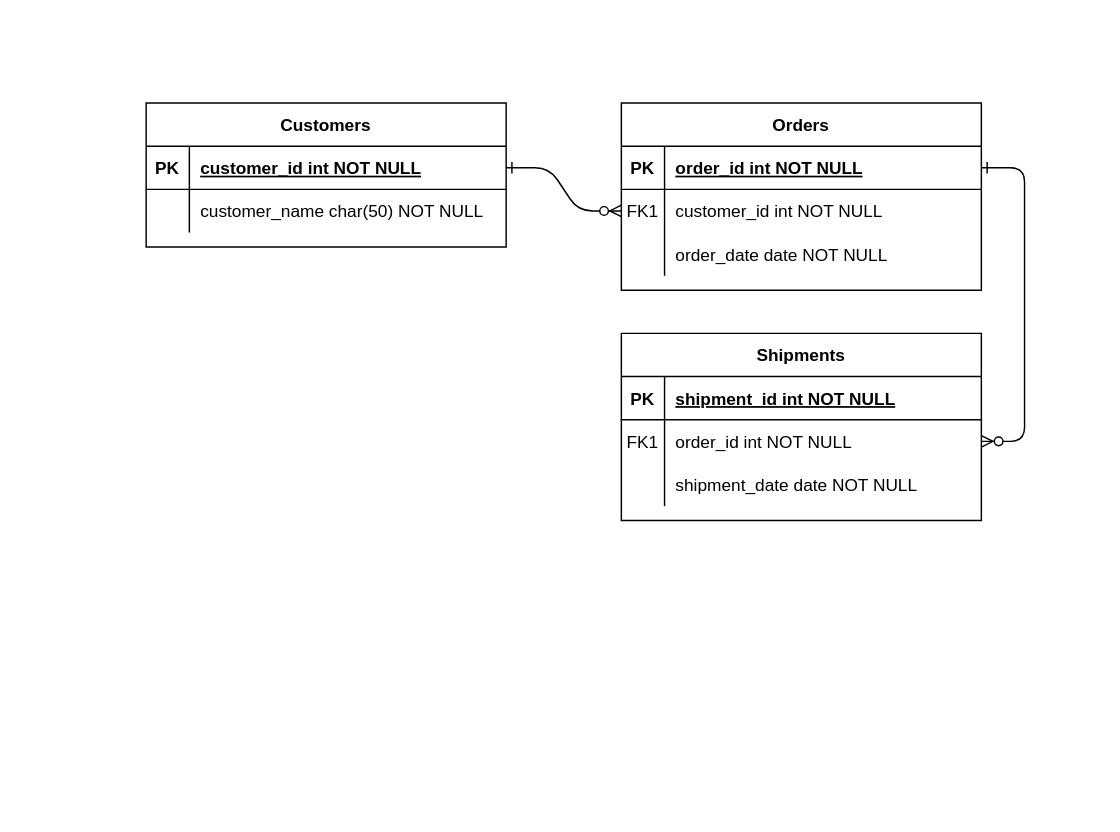
Before: Controle de filmes.drawio in ArthurF-S/git_test, a draw.io diagram. Source tidied: cells renumbered, new cells numbered last; positions are measured from the earlier drawing's top-left corner, leaving out a move shared by most shapes. Both pictures are drawn from the tidied source at 144%, with x=0, y=0 at pixel (145, 102).
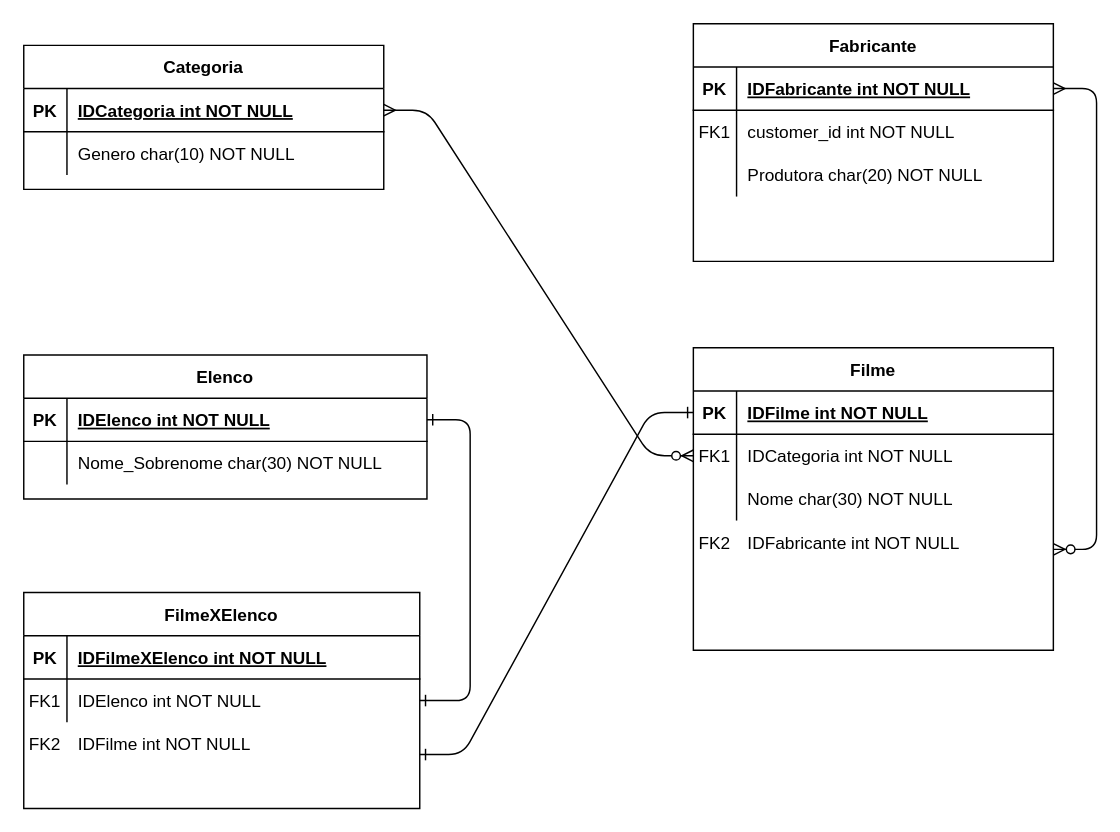
The same page after the edit.

Unchanged cells that the change refers to:
```xml
<mxCell id="5" style="shape=partialRectangle;fillColor=none;points=[[0,0.5],[1,0.5]];portConstraint=eastwest;top=0;left=0;right=0;bottom=1;" parent="4" vertex="1">
  <mxGeometry y="30" width="250" height="30" as="geometry" />
</mxCell>
<mxCell id="8" style="shape=partialRectangle;fillColor=none;points=[[0,0.5],[1,0.5]];portConstraint=eastwest;top=0;left=0;right=0;bottom=0;" parent="4" vertex="1">
  <mxGeometry y="60" width="250" height="30" as="geometry" />
</mxCell>
<mxCell id="11" style="shape=partialRectangle;fillColor=none;top=0;left=0;right=0;bottom=0;" parent="4" vertex="1">
  <mxGeometry y="90" width="250" height="30" as="geometry" />
</mxCell>
<mxCell id="15" style="shape=partialRectangle;fillColor=none;points=[[0,0.5],[1,0.5]];portConstraint=eastwest;top=0;left=0;right=0;bottom=1;" parent="14" vertex="1">
  <mxGeometry y="30" width="250" height="30" as="geometry" />
</mxCell>
<mxCell id="18" style="shape=partialRectangle;fillColor=none;points=[[0,0.5],[1,0.5]];portConstraint=eastwest;top=0;left=0;right=0;bottom=0;" parent="14" vertex="1">
  <mxGeometry y="60" width="250" height="30" as="geometry" />
</mxCell>
<mxCell id="21" style="shape=partialRectangle;fillColor=none;top=0;left=0;right=0;bottom=0;" parent="14" vertex="1">
  <mxGeometry y="90" width="250" height="30" as="geometry" />
</mxCell>
<mxCell id="25" style="shape=partialRectangle;fillColor=none;points=[[0,0.5],[1,0.5]];portConstraint=eastwest;top=0;left=0;right=0;bottom=1;" parent="24" vertex="1">
  <mxGeometry y="30" width="250" height="30" as="geometry" />
</mxCell>
<mxCell id="28" style="shape=partialRectangle;fillColor=none;top=0;left=0;right=0;bottom=0;" parent="24" vertex="1">
  <mxGeometry y="60" width="250" height="30" as="geometry" />
</mxCell>
```

The edit, as a diff of the source:
```diff
@@
-    <mxCell id="2" style="edgeStyle=entityRelationEdgeStyle;endArrow=ERzeroToMany;startArrow=ERone;endFill=1;startFill=0;" parent="1" edge="1" source="25" target="8">
-      <mxGeometry relative="1" as="geometry" />
-    </mxCell>
-    <mxCell id="3" style="edgeStyle=entityRelationEdgeStyle;endArrow=ERzeroToMany;startArrow=ERone;endFill=1;startFill=0;" parent="1" edge="1" source="5" target="18">
+    <mxCell id="3" style="edgeStyle=entityRelationEdgeStyle;endArrow=ERzeroToMany;startArrow=ERmany;endFill=1;startFill=0;exitX=1;exitY=0.5;exitDx=0;exitDy=0;" parent="1" edge="1" source="25" target="18">
       <mxGeometry relative="1" as="geometry" />
     </mxCell>
-    <mxCell id="4" value="Orders" style="shape=table;startSize=30;childLayout=tableLayout;rowLines=0;fontStyle=1;align=center;" parent="1" vertex="1">
-      <mxGeometry x="330" width="250" height="130" as="geometry" />
+    <mxCell id="4" value="Fabricante" style="shape=table;startSize=30;childLayout=tableLayout;rowLines=0;fontStyle=1;align=center;" parent="1" vertex="1">
+      <mxGeometry x="380" y="-55" width="250" height="165" as="geometry" />
     </mxCell>
@@
-    <mxCell id="7" value="order_id int NOT NULL " style="shape=partialRectangle;overflow=hidden;fillColor=none;top=0;left=0;bottom=0;right=0;align=left;spacingLeft=6;fontStyle=5;" parent="5" vertex="1">
+    <mxCell id="7" value="IDFabricante int NOT NULL" style="shape=partialRectangle;overflow=hidden;fillColor=none;top=0;left=0;bottom=0;right=0;align=left;spacingLeft=6;fontStyle=5;" parent="5" vertex="1">
       <mxGeometry x="30" width="220" height="30" as="geometry" />
     </mxCell>
@@
-    <mxCell id="13" value="order_date date NOT NULL" style="shape=partialRectangle;overflow=hidden;fillColor=none;top=0;left=0;bottom=0;right=0;align=left;spacingLeft=6;" parent="11" vertex="1">
+    <mxCell id="13" value="Produtora char(20) NOT NULL" style="shape=partialRectangle;overflow=hidden;fillColor=none;top=0;left=0;bottom=0;right=0;align=left;spacingLeft=6;" parent="11" vertex="1">
       <mxGeometry x="30" width="220" height="30" as="geometry" />
     </mxCell>
-    <mxCell id="14" value="Shipments" style="shape=table;startSize=30;childLayout=tableLayout;rowLines=0;fontStyle=1;align=center;" parent="1" vertex="1">
-      <mxGeometry x="330" y="160" width="250" height="130" as="geometry" />
+    <mxCell id="14" value="Filme" style="shape=table;startSize=30;childLayout=tableLayout;rowLines=0;fontStyle=1;align=center;" parent="1" vertex="1">
+      <mxGeometry x="380" y="170" width="250" height="210" as="geometry" />
     </mxCell>
@@
-    <mxCell id="17" value="shipment_id int NOT NULL " style="shape=partialRectangle;overflow=hidden;fillColor=none;top=0;left=0;bottom=0;right=0;align=left;spacingLeft=6;fontStyle=5;" parent="15" vertex="1">
+    <mxCell id="17" value="IDFilme int NOT NULL" style="shape=partialRectangle;overflow=hidden;fillColor=none;top=0;left=0;bottom=0;right=0;align=left;spacingLeft=6;fontStyle=5;" parent="15" vertex="1">
       <mxGeometry x="30" width="220" height="30" as="geometry" />
     </mxCell>
@@
-    <mxCell id="20" value="order_id int NOT NULL" style="shape=partialRectangle;overflow=hidden;fillColor=none;top=0;left=0;bottom=0;right=0;align=left;spacingLeft=6;" parent="18" vertex="1">
+    <mxCell id="20" value="IDCategoria int NOT NULL" style="shape=partialRectangle;overflow=hidden;fillColor=none;top=0;left=0;bottom=0;right=0;align=left;spacingLeft=6;" parent="18" vertex="1">
       <mxGeometry x="30" width="220" height="30" as="geometry" />
     </mxCell>
@@
-    <mxCell id="23" value="shipment_date date NOT NULL" style="shape=partialRectangle;overflow=hidden;fillColor=none;top=0;left=0;bottom=0;right=0;align=left;spacingLeft=6;" parent="21" vertex="1">
+    <mxCell id="23" value="Nome char(30) NOT NULL" style="shape=partialRectangle;overflow=hidden;fillColor=none;top=0;left=0;bottom=0;right=0;align=left;spacingLeft=6;" parent="21" vertex="1">
       <mxGeometry x="30" width="220" height="30" as="geometry" />
     </mxCell>
-    <mxCell id="24" value="Customers" style="shape=table;startSize=30;childLayout=tableLayout;rowLines=0;fontStyle=1;align=center;" parent="1" vertex="1">
-      <mxGeometry width="250" height="100" as="geometry" />
+    <mxCell id="24" value="Categoria" style="shape=table;startSize=30;childLayout=tableLayout;rowLines=0;fontStyle=1;align=center;" parent="1" vertex="1">
+      <mxGeometry x="-85" y="-40" width="250" height="100" as="geometry" />
     </mxCell>
@@
-    <mxCell id="27" value="customer_id int NOT NULL " style="shape=partialRectangle;overflow=hidden;fillColor=none;top=0;left=0;bottom=0;right=0;align=left;spacingLeft=6;fontStyle=5;" parent="25" vertex="1">
+    <mxCell id="27" value="IDCategoria int NOT NULL" style="shape=partialRectangle;overflow=hidden;fillColor=none;top=0;left=0;bottom=0;right=0;align=left;spacingLeft=6;fontStyle=5;" parent="25" vertex="1">
       <mxGeometry x="30" width="220" height="30" as="geometry" />
     </mxCell>
@@
-    <mxCell id="30" value="customer_name char(50) NOT NULL" style="shape=partialRectangle;overflow=hidden;fillColor=none;top=0;left=0;bottom=0;right=0;align=left;spacingLeft=6;" parent="28" vertex="1">
+    <mxCell id="30" value="Genero char(10) NOT NULL" style="shape=partialRectangle;overflow=hidden;fillColor=none;top=0;left=0;bottom=0;right=0;align=left;spacingLeft=6;" parent="28" vertex="1">
       <mxGeometry x="30" width="220" height="30" as="geometry" />
     </mxCell>
+    <mxCell id="31" value="Elenco" style="shape=table;startSize=30;childLayout=tableLayout;rowLines=0;fontStyle=1;align=center;" parent="1" vertex="1">
+      <mxGeometry x="-85" y="175" width="280" height="100" as="geometry" />
+    </mxCell>
+    <mxCell id="32" style="shape=partialRectangle;fillColor=none;top=0;left=0;right=0;bottom=1;" parent="31" vertex="1">
+      <mxGeometry y="30" width="280" height="30" as="geometry" />
+    </mxCell>
+    <mxCell id="33" value="PK" style="shape=partialRectangle;overflow=hidden;fillColor=none;top=0;left=0;bottom=0;right=0;fontStyle=1;" parent="32" vertex="1">
+      <mxGeometry width="30" height="30" as="geometry" />
+    </mxCell>
+    <mxCell id="34" value="IDElenco int NOT NULL" style="shape=partialRectangle;overflow=hidden;fillColor=none;top=0;left=0;bottom=0;right=0;align=left;spacingLeft=6;fontStyle=5;" parent="32" vertex="1">
+      <mxGeometry x="30" width="250" height="30" as="geometry" />
+    </mxCell>
+    <mxCell id="35" style="shape=partialRectangle;fillColor=none;top=0;left=0;right=0;bottom=0;" parent="31" vertex="1">
+      <mxGeometry y="60" width="280" height="30" as="geometry" />
+    </mxCell>
+    <mxCell id="36" style="shape=partialRectangle;overflow=hidden;fillColor=none;top=0;left=0;bottom=0;right=0;" parent="35" vertex="1">
+      <mxGeometry width="30" height="30" as="geometry" />
+    </mxCell>
+    <mxCell id="37" value="Nome_Sobrenome char(30) NOT NULL" style="shape=partialRectangle;overflow=hidden;fillColor=none;top=0;left=0;bottom=0;right=0;align=left;spacingLeft=6;" parent="35" vertex="1">
+      <mxGeometry x="30" width="250" height="30" as="geometry" />
+    </mxCell>
+    <mxCell id="38" value="FilmeXElenco" style="shape=table;startSize=30;childLayout=tableLayout;rowLines=0;fontStyle=1;align=center;" parent="1" vertex="1">
+      <mxGeometry x="-85" y="340" width="275" height="150" as="geometry" />
+    </mxCell>
+    <mxCell id="39" style="shape=partialRectangle;fillColor=none;top=0;left=0;right=0;bottom=1;" parent="38" vertex="1">
+      <mxGeometry y="30" width="275" height="30" as="geometry" />
+    </mxCell>
+    <mxCell id="40" value="PK" style="shape=partialRectangle;overflow=hidden;fillColor=none;top=0;left=0;bottom=0;right=0;fontStyle=1;" parent="39" vertex="1">
+      <mxGeometry width="30" height="30" as="geometry" />
+    </mxCell>
+    <mxCell id="41" value="IDFilmeXElenco int NOT NULL" style="shape=partialRectangle;overflow=hidden;fillColor=none;top=0;left=0;bottom=0;right=0;align=left;spacingLeft=6;fontStyle=5;" parent="39" vertex="1">
+      <mxGeometry x="30" width="245" height="30" as="geometry" />
+    </mxCell>
+    <mxCell id="42" style="shape=partialRectangle;fillColor=none;points=[[0,0.5],[1,0.5]];portConstraint=eastwest;top=0;left=0;right=0;bottom=0;" parent="38" vertex="1">
+      <mxGeometry y="60" width="275" height="30" as="geometry" />
+    </mxCell>
+    <mxCell id="43" style="shape=partialRectangle;overflow=hidden;fillColor=none;top=0;left=0;bottom=0;right=0;" parent="42" vertex="1">
+      <mxGeometry width="30" height="30" as="geometry" />
+    </mxCell>
+    <mxCell id="44" style="shape=partialRectangle;overflow=hidden;fillColor=none;top=0;left=0;bottom=0;right=0;align=left;spacingLeft=6;" parent="42" vertex="1">
+      <mxGeometry x="30" width="245" height="30" as="geometry" />
+    </mxCell>
+    <mxCell id="45" style="endArrow=ERzeroToMany;startArrow=ERmany;endFill=1;startFill=0;exitX=1;exitY=0.5;exitDx=0;exitDy=0;" parent="1" edge="1" source="5">
+      <mxGeometry relative="1" as="geometry">
+        <mxPoint x="630" y="310" as="targetPoint" />
+        <Array as="points">
+          <mxPoint x="660" y="-10" />
+          <mxPoint x="660" y="100" />
+          <mxPoint x="660" y="310" />
+        </Array>
+      </mxGeometry>
+    </mxCell>
+    <mxCell id="46" value="FK2" style="shape=partialRectangle;overflow=hidden;fillColor=none;top=0;left=0;bottom=0;right=0;" parent="1" vertex="1">
+      <mxGeometry x="380" y="290" width="30" height="30" as="geometry" />
+    </mxCell>
+    <mxCell id="47" value="IDFabricante int NOT NULL" style="shape=partialRectangle;overflow=hidden;fillColor=none;top=0;left=0;bottom=0;right=0;align=left;spacingLeft=6;" parent="1" vertex="1">
+      <mxGeometry x="410" y="290" width="220" height="30" as="geometry" />
+    </mxCell>
+    <mxCell id="48" style="edgeStyle=entityRelationEdgeStyle;endArrow=ERone;startArrow=ERone;endFill=0;startFill=0;exitX=1.004;exitY=0.933;exitDx=0;exitDy=0;exitPerimeter=0;entryX=1;entryY=0.5;entryDx=0;entryDy=0;" parent="1" edge="1" target="42">
+      <mxGeometry relative="1" as="geometry">
+        <mxPoint x="195" y="220" as="sourcePoint" />
+      </mxGeometry>
+    </mxCell>
+    <mxCell id="49" style="edgeStyle=entityRelationEdgeStyle;endArrow=ERone;startArrow=ERone;endFill=0;startFill=0;exitX=0;exitY=0.5;exitDx=0;exitDy=0;entryX=1;entryY=0.75;entryDx=0;entryDy=0;" parent="1" edge="1" source="15" target="38">
+      <mxGeometry relative="1" as="geometry" />
+    </mxCell>
+    <mxCell id="50" value="FK1" style="shape=partialRectangle;overflow=hidden;fillColor=none;top=0;left=0;bottom=0;right=0;" parent="1" vertex="1">
+      <mxGeometry x="-85" y="400" width="30" height="30" as="geometry" />
+    </mxCell>
+    <mxCell id="51" value="IDElenco int NOT NULL" style="shape=partialRectangle;overflow=hidden;fillColor=none;top=0;left=0;bottom=0;right=0;align=left;spacingLeft=6;" parent="1" vertex="1">
+      <mxGeometry x="-55" y="400" width="220" height="30" as="geometry" />
+    </mxCell>
+    <mxCell id="52" value="FK2" style="shape=partialRectangle;overflow=hidden;fillColor=none;top=0;left=0;bottom=0;right=0;" parent="1" vertex="1">
+      <mxGeometry x="-85" y="430" width="30" height="30" as="geometry" />
+    </mxCell>
+    <mxCell id="53" value="IDFilme int NOT NULL" style="shape=partialRectangle;overflow=hidden;fillColor=none;top=0;left=0;bottom=0;right=0;align=left;spacingLeft=6;" parent="1" vertex="1">
+      <mxGeometry x="-55" y="430" width="220" height="30" as="geometry" />
+    </mxCell>
```
